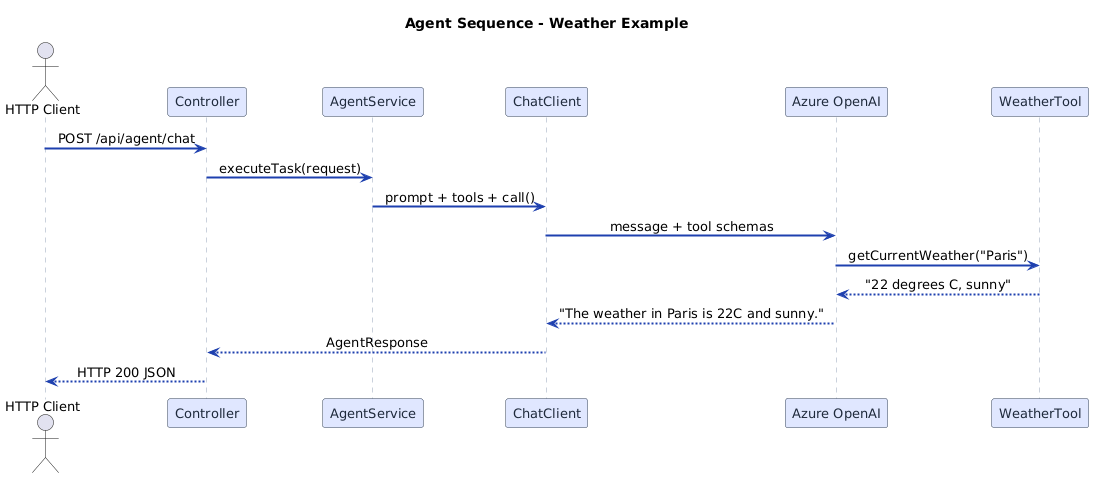
roryp/Spring-AI-for-Beginners keeps this PlantUML diagram as 04-tools/images/spring-boot-sequence.png. Above is the earlier version.
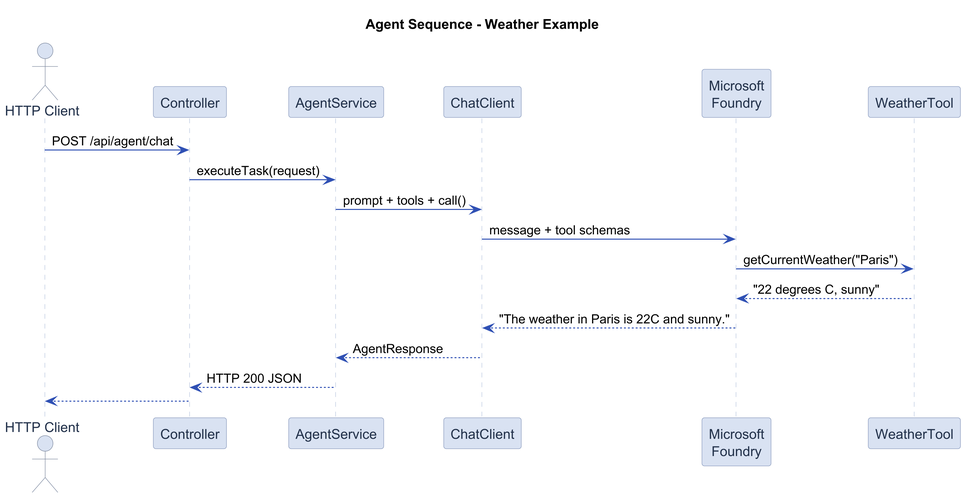
Later version of the same file.

Commit message:
Update .gitignore to include tools directory and add new images for sequence diagrams

The edit, as a diff of the source:
```diff
@@ -1,33 +1,37 @@
 @startuml
-skinparam backgroundColor white
-skinparam sequenceArrowThickness 2
-skinparam sequenceParticipantBorderColor #334155
-skinparam sequenceParticipantBackgroundColor #E0E7FF
-skinparam sequenceParticipantFontColor #1E293B
-skinparam sequenceLifeLineBorderColor #94A3B8
-skinparam sequenceArrowColor #1E40AF
-skinparam sequenceMessageAlign center
-skinparam defaultFontName Arial
-skinparam defaultFontSize 13
-
+skinparamlocked dpi 300
+skinparam backgroundColor #FFFFFF
+skinparam sequence {
+  ArrowColor #2f50b4
+  LifeLineBorderColor #b8c6df
+  LifeLineBackgroundColor #FFFFFF
+  ParticipantBorderColor #8798bc
+  ParticipantBackgroundColor #d9e2f2
+  ParticipantFontColor #22314a
+  ActorBorderColor #7c879d
+  ActorBackgroundColor #dfe5f1
+  ActorFontColor #22314a
+}
+skinparam Note {
+  BackgroundColor #f6edcf
+  BorderColor #d8c892
+  FontColor #6f5822
+}
 title Agent Sequence - Weather Example
-
 actor "HTTP Client" as client
-participant "Controller" as ctrl
-participant "AgentService" as svc
-participant "ChatClient" as cc
-participant "Azure OpenAI" as llm
-participant "WeatherTool" as tool
-
-client -> ctrl : POST /api/agent/chat
-ctrl -> svc : executeTask(request)
-svc -> cc : prompt + tools + call()
-
-cc -> llm : message + tool schemas
-llm -> tool : getCurrentWeather("Paris")
-tool --> llm : "22 degrees C, sunny"
-llm --> cc : "The weather in Paris is 22C and sunny."
-
-cc --> ctrl : AgentResponse
-ctrl --> client : HTTP 200 JSON
+participant "Controller" as controller
+participant "AgentService" as service
+participant "ChatClient" as chat
+participant "Microsoft\nFoundry" as foundry
+participant "WeatherTool" as weather
+client -> controller : POST /api/agent/chat
+controller -> service : executeTask(request)
+service -> chat : prompt + tools + call()
+chat -> foundry : message + tool schemas
+foundry -> weather : getCurrentWeather("Paris")
+weather --> foundry : "22 degrees C, sunny"
+foundry --> chat : "The weather in Paris is 22C and sunny."
+chat --> service : AgentResponse
+service --> controller : HTTP 200 JSON
+controller --> client
 @enduml
```
